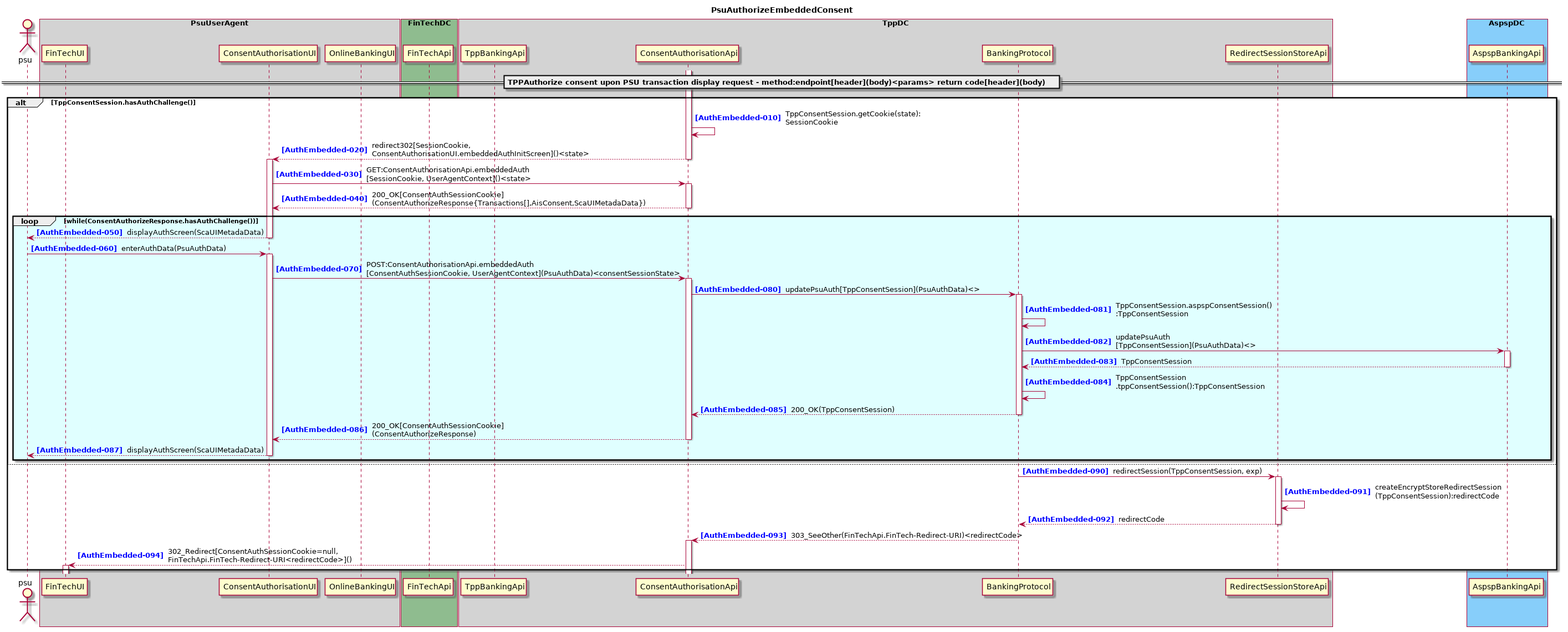
The PlantUML diagram doc/develop/architecture/diagrams/useCases/5a-psuAuthEmbeddedConsent.png in adorsys/open-banking-gateway, before a commit.
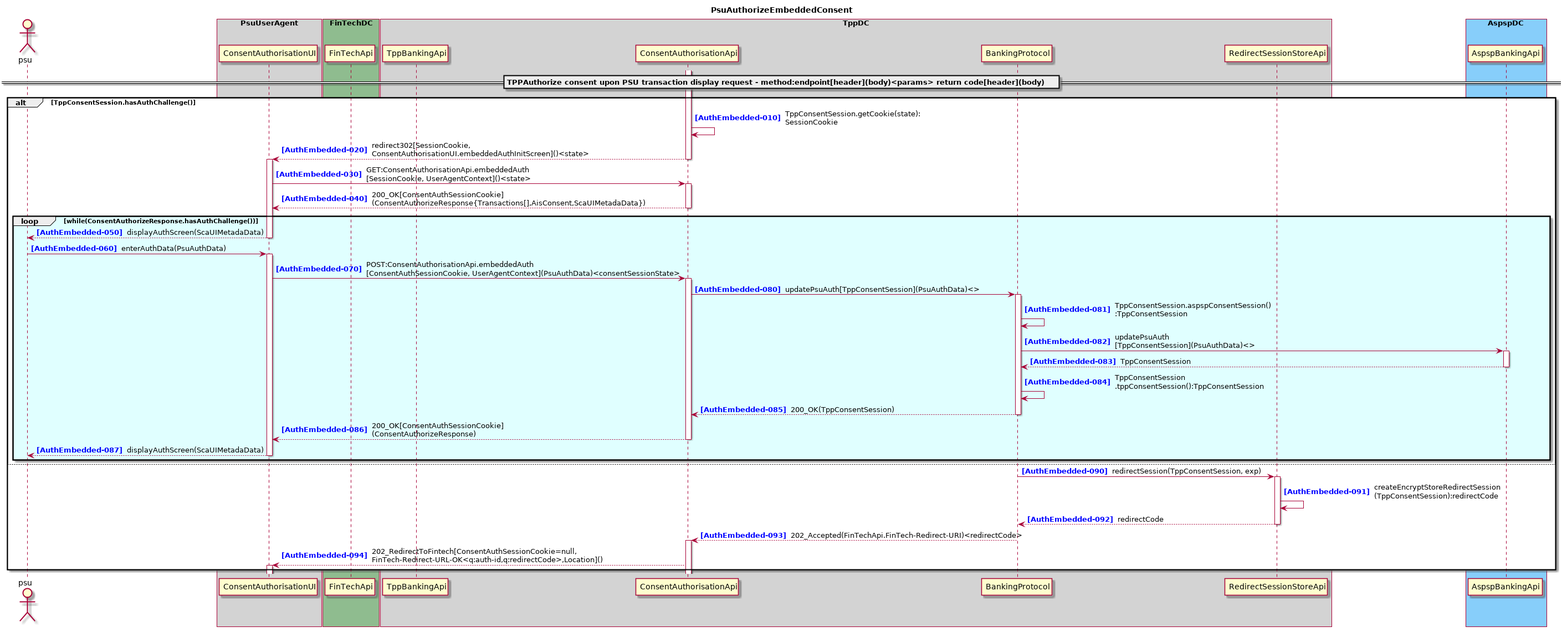
After the commit.

What changed in the source:
```diff
@@ -4,9 +4,7 @@
 actor psu
 
 box "PsuUserAgent" #LightGray
-    participant "FinTechUI" as FinTechUI
     participant "ConsentAuthorisationUI" as ConsentAuthorisationUI
-    participant "OnlineBankingUI" as OnlineBankingUI
 end box
 box "FinTechDC" #DarkSeaGreen
     participant "FinTechApi" as FinTechApi
@@ -51,7 +49,7 @@
 BankingProtocol -> RedirectSessionStoreApi ++ : redirectSession(TppConsentSession, exp)
 RedirectSessionStoreApi -> RedirectSessionStoreApi : createEncryptStoreRedirectSession\n(TppConsentSession):redirectCode
 return redirectCode
-BankingProtocol --> ConsentAuthorisationApi ++ : 303_SeeOther(FinTechApi.FinTech-Redirect-URI)<redirectCode>
-ConsentAuthorisationApi --> FinTechUI ++ : 302_Redirect[ConsentAuthSessionCookie=null,\nFinTechApi.FinTech-Redirect-URI<redirectCode>]()
+BankingProtocol --> ConsentAuthorisationApi ++ : 202_Accepted(FinTechApi.FinTech-Redirect-URI)<redirectCode>
+ConsentAuthorisationApi --> ConsentAuthorisationUI ++ : 202_RedirectToFintech[ConsentAuthSessionCookie=null,\nFinTech-Redirect-URL-OK<q:auth-id,q:redirectCode>,Location]()
 end
 @enduml
```
